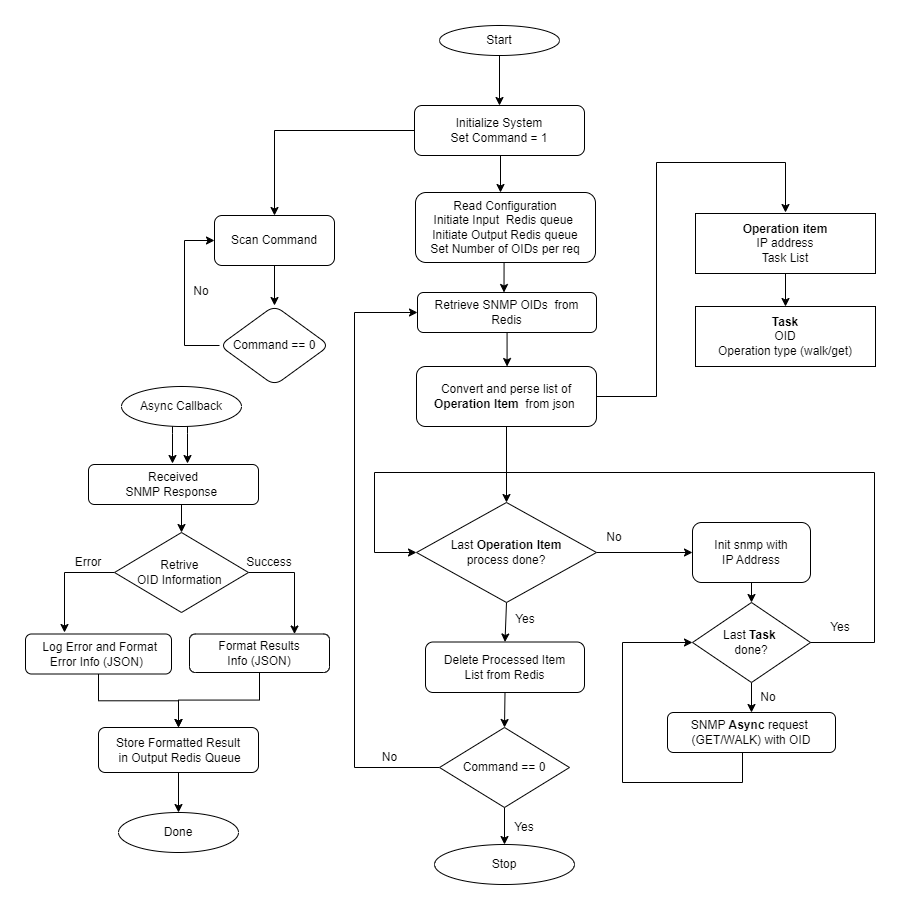
Before: Device_Monitor_Details.png, a diagram exported from draw.io (shamimiqram/SnmpWithRedis). Source tidied: cells renumbered, new cells last; positions are measured from the earlier drawing's top-left corner, leaving out a move shared by most shapes.
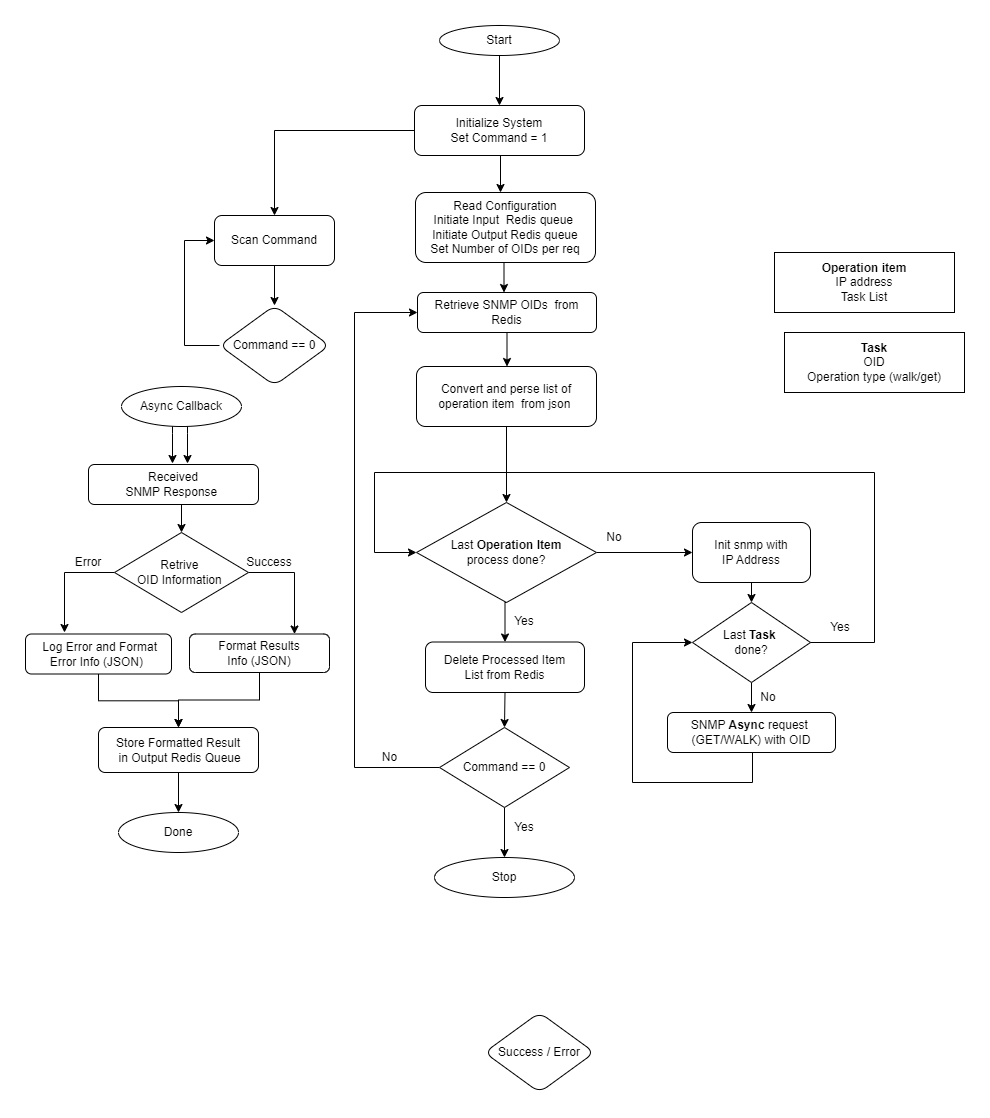
Later version of the same file.

What changed in the source:
```diff
@@ -22,13 +22,14 @@
     <mxCell id="6" value="Retrieve SNMP OIDs&amp;nbsp; from Redis" style="rounded=1;whiteSpace=wrap;html=1;fontSize=12;glass=0;strokeWidth=1;shadow=0;" parent="1" vertex="1">
       <mxGeometry x="392" y="267" width="179" height="40" as="geometry" />
     </mxCell>
-    <mxCell id="7" style="edgeStyle=orthogonalEdgeStyle;rounded=0;jettySize=auto;html=1;exitX=0.5;exitY=1;exitDx=0;exitDy=0;entryX=0;entryY=0.5;entryDx=0;entryDy=0;" parent="1" edge="1" source="8" target="35">
+    <mxCell id="7" style="edgeStyle=orthogonalEdgeStyle;rounded=0;jettySize=auto;html=1;exitX=0.5;exitY=1;exitDx=0;exitDy=0;entryX=0;entryY=0.5;entryDx=0;entryDy=0;" parent="1" edge="1" target="35">
       <mxGeometry relative="1" as="geometry">
+        <mxPoint x="736" y="727" as="sourcePoint" />
         <Array as="points">
-          <mxPoint x="717" y="727" />
-          <mxPoint x="717" y="757" />
-          <mxPoint x="597" y="757" />
-          <mxPoint x="597" y="617" />
+          <mxPoint x="727" y="727" />
+          <mxPoint x="727" y="757" />
+          <mxPoint x="607" y="757" />
+          <mxPoint x="607" y="617" />
         </Array>
       </mxGeometry>
     </mxCell>
@@ -47,6 +48,9 @@
     <mxCell id="12" value="Start" style="ellipse;whiteSpace=wrap;html=1;" parent="1" vertex="1">
       <mxGeometry x="414" width="120" height="30" as="geometry" />
     </mxCell>
+    <mxCell id="61" value="Success / Error" style="rhombus;whiteSpace=wrap;html=1;rounded=1;" parent="1" vertex="1">
+      <mxGeometry x="459" y="987" width="110" height="80" as="geometry" />
+    </mxCell>
     <mxCell id="13" style="edgeStyle=orthogonalEdgeStyle;rounded=0;jettySize=auto;html=1;" parent="1" edge="1" source="14" target="56">
       <mxGeometry relative="1" as="geometry" />
     </mxCell>
@@ -66,7 +70,7 @@
       <mxGeometry x="400" y="616.5" width="159" height="50.5" as="geometry" />
     </mxCell>
     <mxCell id="19" value="Stop" style="ellipse;whiteSpace=wrap;html=1;" parent="1" vertex="1">
-      <mxGeometry x="409" y="819" width="140" height="40" as="geometry" />
+      <mxGeometry x="409" y="832" width="140" height="40" as="geometry" />
     </mxCell>
     <mxCell id="20" style="edgeStyle=orthogonalEdgeStyle;rounded=0;jettySize=auto;html=1;" parent="1" edge="1" source="21" target="23">
       <mxGeometry relative="1" as="geometry" />
@@ -97,17 +101,7 @@
     <mxCell id="26" style="edgeStyle=orthogonalEdgeStyle;rounded=0;jettySize=auto;html=1;exitX=0.5;exitY=1;exitDx=0;exitDy=0;entryX=0.5;entryY=0;entryDx=0;entryDy=0;" parent="1" edge="1" source="28" target="33">
       <mxGeometry relative="1" as="geometry" />
     </mxCell>
-    <mxCell id="27" style="edgeStyle=orthogonalEdgeStyle;rounded=0;jettySize=auto;html=1;exitX=1;exitY=0.5;exitDx=0;exitDy=0;" parent="1" edge="1" source="28">
-      <mxGeometry relative="1" as="geometry">
-        <mxPoint x="760" y="187" as="targetPoint" />
-        <Array as="points">
-          <mxPoint x="631" y="371" />
-          <mxPoint x="631" y="137" />
-          <mxPoint x="760" y="137" />
-        </Array>
-      </mxGeometry>
-    </mxCell>
-    <mxCell id="28" value="Convert and perse list of&lt;b&gt; Operation Item&amp;nbsp;&lt;/b&gt; from json&amp;nbsp;" style="rounded=1;whiteSpace=wrap;html=1;" parent="1" vertex="1">
+    <mxCell id="28" value="Convert and perse list of operation item&amp;nbsp; from json&amp;nbsp;" style="rounded=1;whiteSpace=wrap;html=1;" parent="1" vertex="1">
       <mxGeometry x="391" y="341" width="180" height="60" as="geometry" />
     </mxCell>
     <mxCell id="29" style="edgeStyle=orthogonalEdgeStyle;rounded=0;jettySize=auto;html=1;exitX=0.5;exitY=1;exitDx=0;exitDy=0;entryX=0.5;entryY=0;entryDx=0;entryDy=0;" parent="1" edge="1" source="30" target="35">
@@ -145,14 +139,11 @@
     <mxCell id="37" value="&amp;nbsp;Log Error and Format Error&amp;nbsp;&lt;span style=&quot;background-color: initial;&quot;&gt;Info (JSON)&amp;nbsp;&lt;/span&gt;" style="whiteSpace=wrap;html=1;rounded=1;" parent="1" vertex="1">
       <mxGeometry y="608.5" width="146" height="40" as="geometry" />
     </mxCell>
-    <mxCell id="38" style="edgeStyle=orthogonalEdgeStyle;rounded=0;jettySize=auto;html=1;" parent="1" edge="1" source="39" target="40">
-      <mxGeometry relative="1" as="geometry" />
-    </mxCell>
     <mxCell id="39" value="&lt;b&gt;Operation item&lt;/b&gt;&lt;br&gt;IP address&lt;div&gt;Task List&lt;/div&gt;" style="rounded=0;whiteSpace=wrap;html=1;" parent="1" vertex="1">
-      <mxGeometry x="670" y="188" width="180" height="60" as="geometry" />
+      <mxGeometry x="749" y="227" width="180" height="60" as="geometry" />
     </mxCell>
     <mxCell id="40" value="&lt;b&gt;Task&lt;/b&gt;&lt;br&gt;OID&lt;br&gt;Operation type (walk/get)" style="rounded=0;whiteSpace=wrap;html=1;" parent="1" vertex="1">
-      <mxGeometry x="670" y="281" width="180" height="60" as="geometry" />
+      <mxGeometry x="759" y="307" width="180" height="60" as="geometry" />
     </mxCell>
     <mxCell id="41" value="No" style="text;html=1;align=center;verticalAlign=middle;whiteSpace=wrap;rounded=0;" parent="1" vertex="1">
       <mxGeometry x="723" y="667" width="40" height="10" as="geometry" />
@@ -234,11 +225,8 @@
     <mxCell id="58" value="No" style="text;html=1;align=center;verticalAlign=middle;whiteSpace=wrap;rounded=0;" parent="1" vertex="1">
       <mxGeometry x="340" y="720.5" width="49" height="23.5" as="geometry" />
     </mxCell>
-    <mxCell id="59" value="No" style="text;html=1;align=center;verticalAlign=middle;whiteSpace=wrap;rounded=0;" parent="1" vertex="1">
-      <mxGeometry x="146" y="251" width="60" height="30" as="geometry" />
-    </mxCell>
     <mxCell id="60" value="Yes" style="text;html=1;align=center;verticalAlign=middle;whiteSpace=wrap;rounded=0;" parent="1" vertex="1">
-      <mxGeometry x="470" y="579" width="60" height="30" as="geometry" />
+      <mxGeometry x="481" y="586" width="36" height="20" as="geometry" />
     </mxCell>
   </root>
 </mxGraphModel>
```
